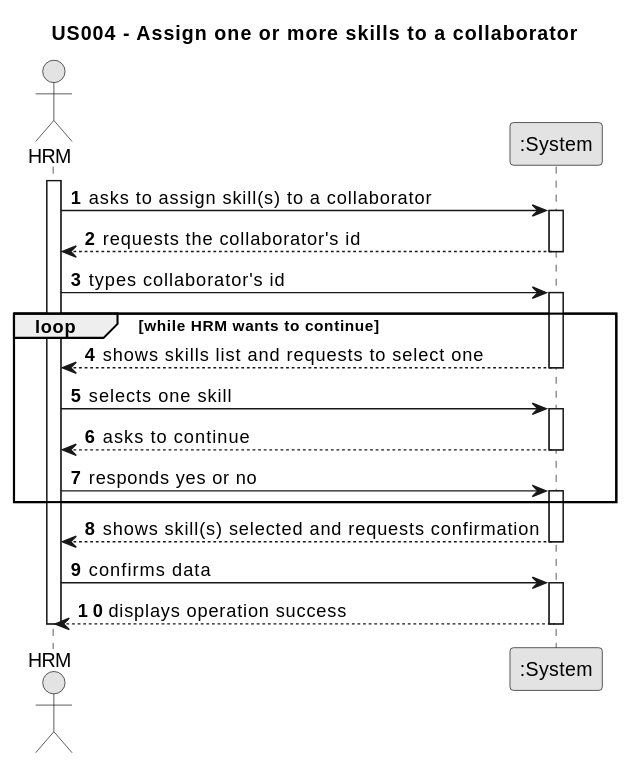
This is docs/sprintB/us004/01.requirements-engineering/svg/us004-system-sequence-diagram.svg from Departamento-de-Engenharia-Informatica/lei-24-s2-1dm-g132, a PlantUML export, as it was before one commit.
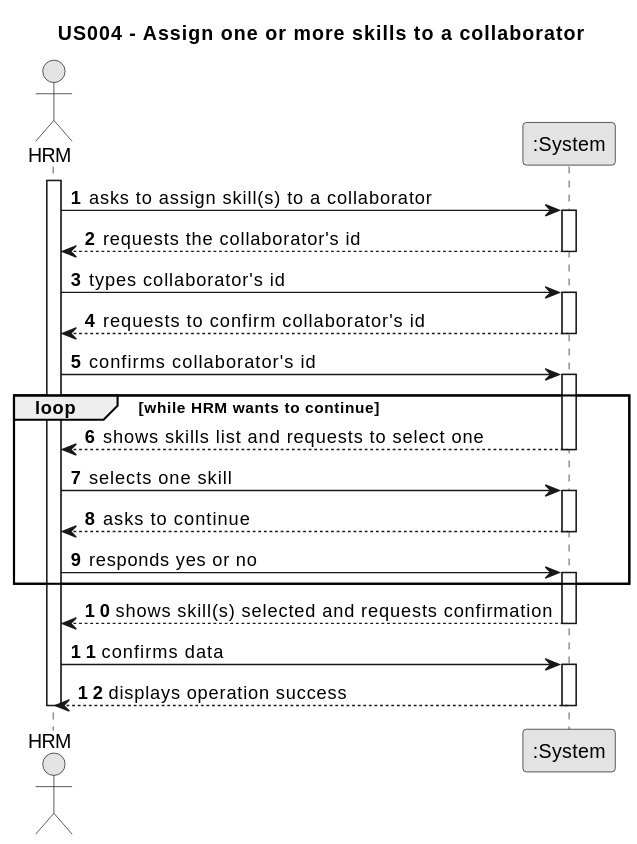
Later version of the same file.

Change to the diagram source:
```diff
@@ -19,6 +19,12 @@
     deactivate System
 
     Employee -> System : types collaborator's id
+    activate System
+
+    System --> Employee : requests to confirm collaborator's id
+    deactivate System
+
+    Employee -> System : confirms collaborator's id
     activate System
 
     loop while HRM wants to continue
```
